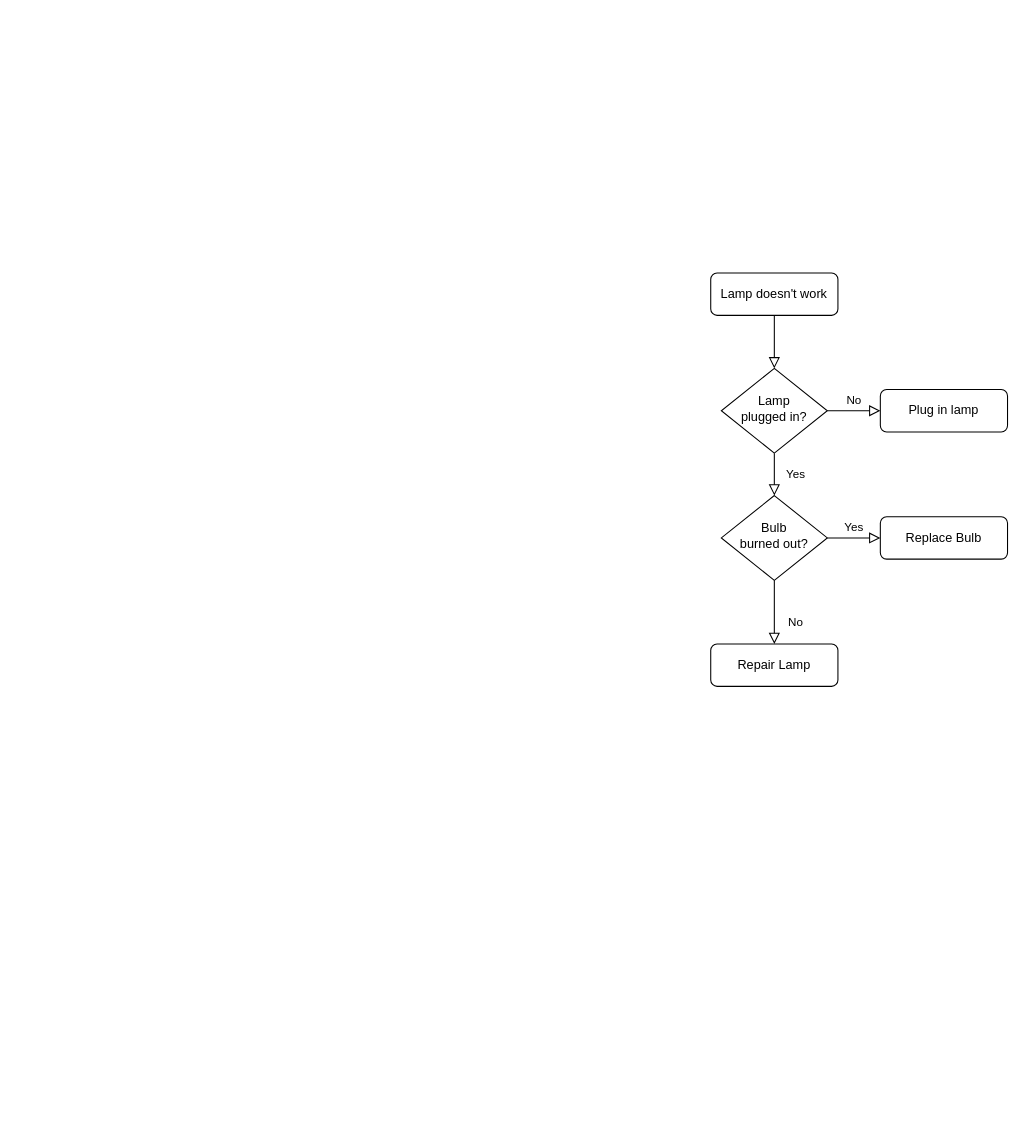
The draw.io diagram 数据编排.drawio in 876192453/draw, before the edit. Source tidied: cells renumbered, new cells numbered last; positions are measured from the earlier drawing's top-left corner, leaving out a move shared by most shapes. Both pictures are drawn from the tidied source at 106%, with x=0, y=0 at pixel (710, 272).
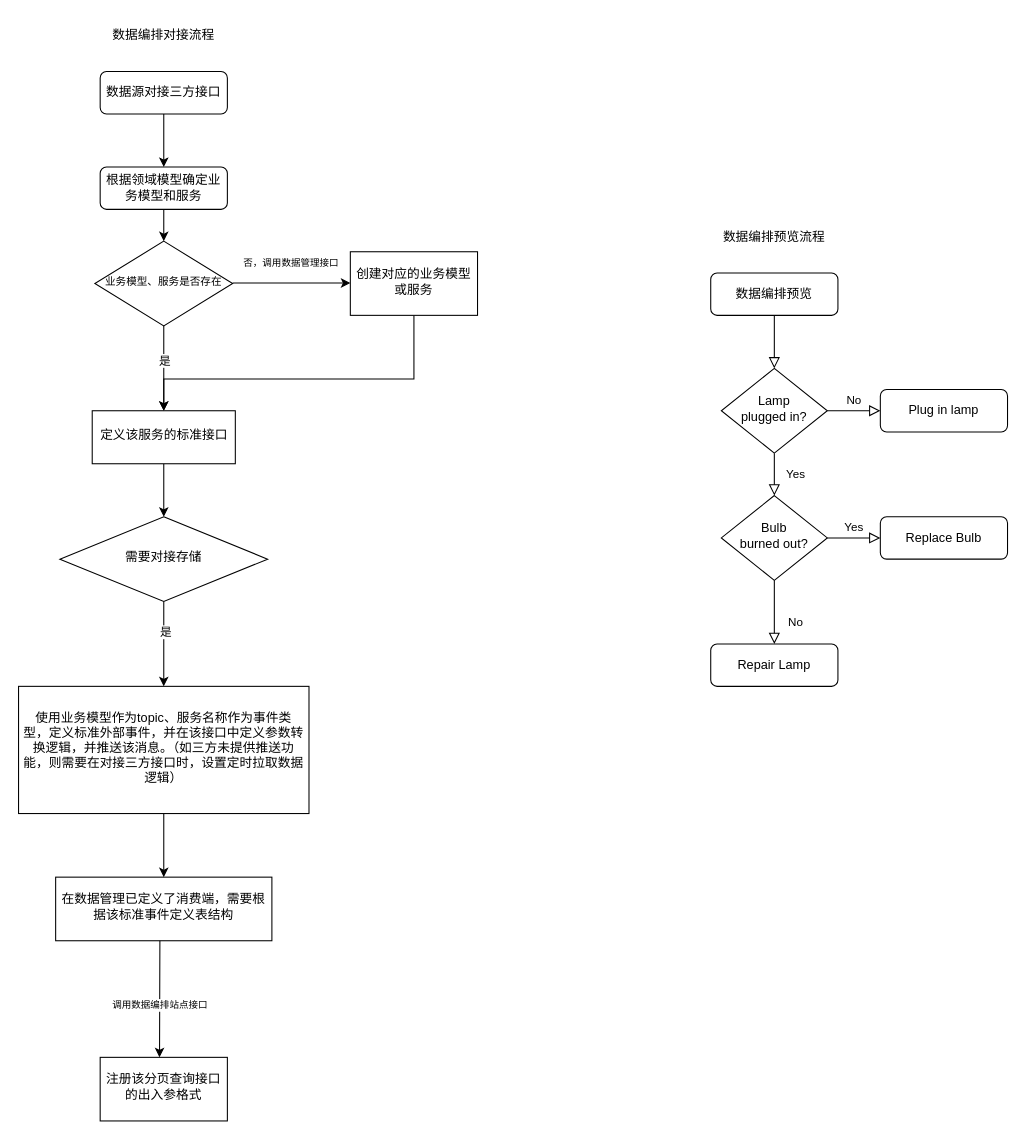
Above is the later version.

Commit message (it also covers changes not shown here):
更新数据编排.drawio

Diff of the diagram source:
```diff
@@
-    <mxCell id="3" value="Lamp doesn't work" style="rounded=1;whiteSpace=wrap;html=1;fontSize=12;glass=0;strokeWidth=1;shadow=0;" parent="1" vertex="1">
+    <mxCell id="3" value="数据编排预览" style="rounded=1;whiteSpace=wrap;html=1;fontSize=12;glass=0;strokeWidth=1;shadow=0;" parent="1" vertex="1">
       <mxGeometry width="120" height="40" as="geometry" />
     </mxCell>
@@
+    <mxCell id="13" style="edgeStyle=orthogonalEdgeStyle;rounded=0;jettySize=auto;html=1;" parent="1" edge="1" source="14" target="18">
+      <mxGeometry relative="1" as="geometry" />
+    </mxCell>
+    <mxCell id="14" value="数据源对接三方接口" style="rounded=1;whiteSpace=wrap;html=1;fontSize=12;glass=0;strokeWidth=1;shadow=0;" parent="1" vertex="1">
+      <mxGeometry x="-576" y="-190" width="120" height="40" as="geometry" />
+    </mxCell>
+    <mxCell id="15" value="数据编排对接流程" style="text;align=center;verticalAlign=middle;strokeColor=none;fillColor=none;" parent="1" vertex="1">
+      <mxGeometry x="-576" y="-240" width="120" height="30" as="geometry" />
+    </mxCell>
+    <mxCell id="16" value="数据编排预览流程" style="text;align=center;verticalAlign=middle;strokeColor=none;fillColor=none;" parent="1" vertex="1">
+      <mxGeometry y="-50" width="120" height="30" as="geometry" />
+    </mxCell>
+    <mxCell id="17" style="edgeStyle=orthogonalEdgeStyle;rounded=0;jettySize=auto;html=1;" parent="1" edge="1" source="18" target="23">
+      <mxGeometry relative="1" as="geometry" />
+    </mxCell>
+    <mxCell id="18" value="根据领域模型确定业务模型和服务" style="rounded=1;whiteSpace=wrap;html=1;fontSize=12;glass=0;strokeWidth=1;shadow=0;" parent="1" vertex="1">
+      <mxGeometry x="-576" y="-100" width="120" height="40" as="geometry" />
+    </mxCell>
+    <mxCell id="19" style="edgeStyle=orthogonalEdgeStyle;rounded=0;orthogonalLoop=1;jettySize=auto;html=1;" parent="1" edge="1">
+      <mxGeometry relative="1" as="geometry">
+        <mxPoint x="-451" y="9.5" as="sourcePoint" />
+        <mxPoint x="-340" y="9.5" as="targetPoint" />
+      </mxGeometry>
+    </mxCell>
+    <mxCell id="20" value="否，调用数据管理接口" style="edgeLabel;align=center;verticalAlign=middle;fontSize=9;" parent="19" vertex="1">
+      <mxGeometry x="-0.3" y="-1" relative="1" as="geometry">
+        <mxPoint x="16" y="-21" as="offset" />
+      </mxGeometry>
+    </mxCell>
+    <mxCell id="21" style="edgeStyle=orthogonalEdgeStyle;rounded=0;jettySize=auto;html=1;" parent="1" edge="1" source="23" target="29">
+      <mxGeometry relative="1" as="geometry" />
+    </mxCell>
+    <mxCell id="22" value="是" style="edgeLabel;html=1;align=center;verticalAlign=middle;" parent="21" vertex="1">
+      <mxGeometry x="-0.2" relative="1" as="geometry" />
+    </mxCell>
+    <mxCell id="23" value="业务模型、服务是否存在" style="rhombus;whiteSpace=wrap;html=1;shadow=0;fontFamily=Helvetica;fontSize=10;align=center;strokeWidth=1;spacing=6;spacingTop=-4;" parent="1" vertex="1">
+      <mxGeometry x="-581" y="-30" width="130" height="80" as="geometry" />
+    </mxCell>
+    <mxCell id="24" style="edgeStyle=orthogonalEdgeStyle;rounded=0;jettySize=auto;html=1;exitX=0.5;exitY=1;exitDx=0;exitDy=0;entryX=0.5;entryY=0;entryDx=0;entryDy=0;" parent="1" edge="1" source="25" target="29">
+      <mxGeometry relative="1" as="geometry">
+        <Array as="points">
+          <mxPoint x="-305" y="100" />
+          <mxPoint x="-515" y="100" />
+        </Array>
+      </mxGeometry>
+    </mxCell>
+    <mxCell id="25" value="创建对应的业务模型或服务" style="whiteSpace=wrap;html=1;shadow=0;strokeWidth=1;spacing=6;spacingTop=-4;" parent="1" vertex="1">
+      <mxGeometry x="-340" y="-20" width="120" height="60" as="geometry" />
+    </mxCell>
+    <mxCell id="26" style="edgeStyle=orthogonalEdgeStyle;rounded=0;orthogonalLoop=1;jettySize=auto;html=1;exitX=0.5;exitY=1;exitDx=0;exitDy=0;" parent="1" edge="1">
+      <mxGeometry relative="1" as="geometry">
+        <mxPoint x="-570" y="580" as="sourcePoint" />
+        <mxPoint x="-520" y="740" as="targetPoint" />
+      </mxGeometry>
+    </mxCell>
+    <mxCell id="27" value="调用数据编排站点接口" style="edgeLabel;align=center;verticalAlign=middle;fontSize=9;labelPosition=center;verticalLabelPosition=middle;" parent="26" vertex="1">
+      <mxGeometry relative="1" as="geometry">
+        <mxPoint y="55" as="offset" />
+      </mxGeometry>
+    </mxCell>
+    <mxCell id="28" style="edgeStyle=orthogonalEdgeStyle;rounded=0;jettySize=auto;html=1;fontFamily=Helvetica;fontSize=11;fontColor=default;labelBackgroundColor=default;" parent="1" edge="1" source="29" target="34">
+      <mxGeometry relative="1" as="geometry" />
+    </mxCell>
+    <mxCell id="29" value="定义该服务的标准接口" style="whiteSpace=wrap;html=1;shadow=0;strokeWidth=1;spacing=6;spacingTop=-4;" parent="1" vertex="1">
+      <mxGeometry x="-583.5" y="130" width="135" height="50" as="geometry" />
+    </mxCell>
+    <mxCell id="30" value="注册该分页查询接口的出入参格式" style="whiteSpace=wrap;html=1;shadow=0;strokeWidth=1;spacing=6;spacingTop=-4;" parent="1" vertex="1">
+      <mxGeometry x="-576" y="740" width="120" height="60" as="geometry" />
+    </mxCell>
+    <mxCell id="31" value="在数据管理已定义了消费端，需要根据该标准事件定义表结构" style="whiteSpace=wrap;html=1;shadow=0;strokeWidth=1;spacing=6;spacingTop=-4;" parent="1" vertex="1">
+      <mxGeometry x="-618" y="570" width="204" height="60" as="geometry" />
+    </mxCell>
+    <mxCell id="32" style="edgeStyle=orthogonalEdgeStyle;rounded=0;jettySize=auto;html=1;fontFamily=Helvetica;fontSize=11;fontColor=default;labelBackgroundColor=default;" parent="1" edge="1" source="34" target="36">
+      <mxGeometry relative="1" as="geometry" />
+    </mxCell>
+    <mxCell id="33" value="是" style="edgeLabel;html=1;align=center;verticalAlign=middle;fontFamily=Helvetica;fontSize=11;fontColor=default;labelBackgroundColor=default;fillColor=none;gradientColor=none;" parent="32" vertex="1">
+      <mxGeometry x="-0.29" y="1" relative="1" as="geometry" />
+    </mxCell>
+    <mxCell id="34" value="需要对接存储" style="rhombus;whiteSpace=wrap;html=1;shadow=0;strokeWidth=1;spacing=6;spacingTop=-4;" parent="1" vertex="1">
+      <mxGeometry x="-614" y="230" width="196" height="80" as="geometry" />
+    </mxCell>
+    <mxCell id="35" style="edgeStyle=orthogonalEdgeStyle;rounded=0;jettySize=auto;html=1;fontFamily=Helvetica;fontSize=11;fontColor=default;labelBackgroundColor=default;" parent="1" edge="1" source="36" target="31">
+      <mxGeometry relative="1" as="geometry" />
+    </mxCell>
+    <mxCell id="36" value="使用业务模型作为topic、服务名称作为事件类型，定义标准外部事件，并在该接口中定义参数转换逻辑，并推送该消息。（如三方未提供推送功能，则需要在对接三方接口时，设置定时拉取数据逻辑）" style="whiteSpace=wrap;html=1;shadow=0;strokeWidth=1;spacing=6;spacingTop=-4;" parent="1" vertex="1">
+      <mxGeometry x="-653" y="390" width="274" height="120" as="geometry" />
+    </mxCell>
```
